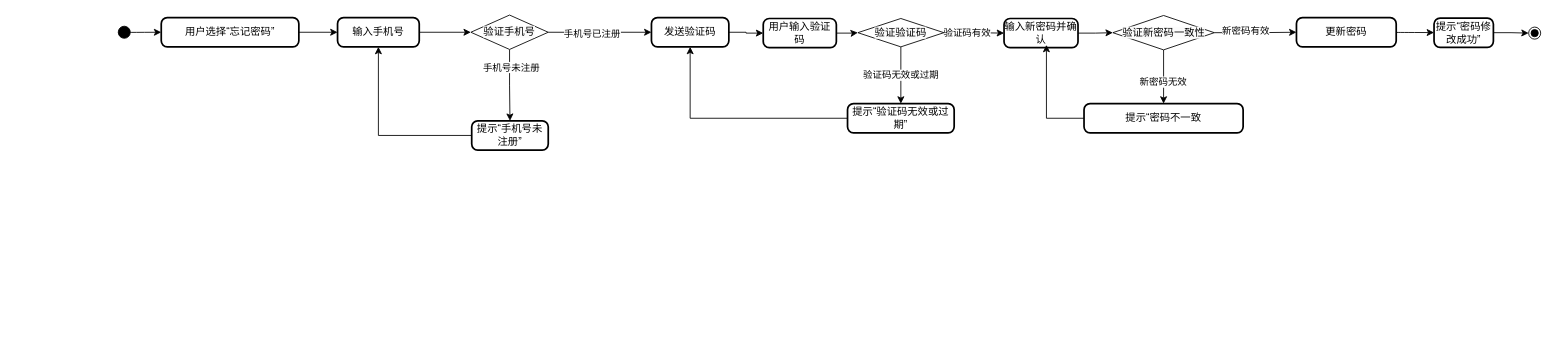
The draw.io diagram page "行为建模" (2 of 2) of 文档/需求分析规约文档/三种建模/04忘记密码并找回用例建模.drawio in w1ntercube/TJ-SE-Design, before the edit. Source tidied: cells renumbered, new cells numbered last; positions are measured from the earlier drawing's top-left corner, leaving out a move shared by most shapes. Both pictures are drawn from the tidied source at 86%, with x=0, y=0 at pixel (118, 15).
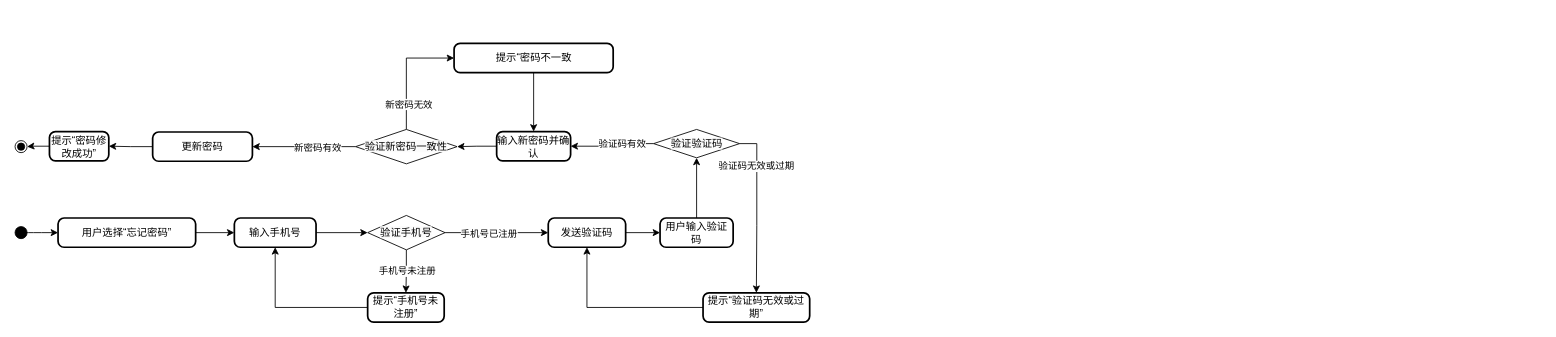
The same page after the edit.

Unchanged cells that the change refers to:
```xml
<mxCell id="25" style="edgeStyle=orthogonalEdgeStyle;rounded=0;jettySize=auto;html=1;exitX=0.5;exitY=1;exitDx=0;exitDy=0;" parent="1" edge="1" source="29" target="18">
  <mxGeometry relative="1" as="geometry" />
</mxCell>
```

The edit, as a diff of the source:
```diff
@@
     <mxCell id="2" style="ellipse;fillColor=strokeColor;" parent="1" vertex="1">
-      <mxGeometry y="13" width="14" height="14" as="geometry" />
+      <mxGeometry x="-120" y="246" width="14" height="14" as="geometry" />
     </mxCell>
@@
     <mxCell id="4" value="用户选择“忘记密码”" style="rounded=1;absoluteArcSize=1;arcSize=14;whiteSpace=wrap;strokeWidth=2;" parent="1" vertex="1">
-      <mxGeometry x="50" y="3" width="160" height="34" as="geometry" />
+      <mxGeometry x="-70" y="236" width="160" height="34" as="geometry" />
     </mxCell>
@@
     <mxCell id="6" value="输入手机号" style="rounded=1;absoluteArcSize=1;arcSize=14;whiteSpace=wrap;strokeWidth=2;" parent="1" vertex="1">
-      <mxGeometry x="255" y="3" width="95" height="34" as="geometry" />
+      <mxGeometry x="135" y="236" width="95" height="34" as="geometry" />
     </mxCell>
@@
     <mxCell id="8" value="发送验证码" style="rounded=1;absoluteArcSize=1;arcSize=14;whiteSpace=wrap;strokeWidth=2;" parent="1" vertex="1">
-      <mxGeometry x="620" y="3" width="90" height="34" as="geometry" />
+      <mxGeometry x="500" y="236" width="90" height="34" as="geometry" />
     </mxCell>
     <mxCell id="9" value="用户输入验证码" style="rounded=1;absoluteArcSize=1;arcSize=14;whiteSpace=wrap;strokeWidth=2;" parent="1" vertex="1">
-      <mxGeometry x="750" y="4" width="85" height="34" as="geometry" />
+      <mxGeometry x="630" y="236" width="85" height="34" as="geometry" />
     </mxCell>
-    <mxCell id="10" style="edgeStyle=orthogonalEdgeStyle;rounded=0;jettySize=auto;html=1;" parent="1" edge="1" source="11" target="37">
+    <mxCell id="10" style="edgeStyle=orthogonalEdgeStyle;rounded=0;jettySize=auto;html=1;exitX=0;exitY=0.5;exitDx=0;exitDy=0;" parent="1" edge="1" source="11" target="37">
       <mxGeometry relative="1" as="geometry" />
     </mxCell>
     <mxCell id="11" value="输入新密码并确认" style="rounded=1;absoluteArcSize=1;arcSize=14;whiteSpace=wrap;strokeWidth=2;" parent="1" vertex="1">
-      <mxGeometry x="1030" y="4" width="86" height="34" as="geometry" />
+      <mxGeometry x="440" y="135.5" width="86" height="34" as="geometry" />
     </mxCell>
-    <mxCell id="12" style="edgeStyle=orthogonalEdgeStyle;rounded=0;jettySize=auto;html=1;" parent="1" edge="1" source="37" target="14">
-      <mxGeometry relative="1" as="geometry" />
+    <mxCell id="12" style="edgeStyle=orthogonalEdgeStyle;rounded=0;jettySize=auto;html=1;exitX=0;exitY=0.5;exitDx=0;exitDy=0;entryX=1;entryY=0.5;entryDx=0;entryDy=0;" parent="1" edge="1" source="37" target="14">
+      <mxGeometry relative="1" as="geometry">
+        <Array as="points">
+          <mxPoint x="166" y="153" />
+        </Array>
+      </mxGeometry>
     </mxCell>
     <mxCell id="13" value="新密码有效" style="edgeLabel;html=1;align=center;verticalAlign=middle;" parent="12" vertex="1">
-      <mxGeometry x="-0.26" y="3" relative="1" as="geometry" />
+      <mxGeometry x="-0.26" y="3" relative="1" as="geometry">
+        <mxPoint x="-1" y="-3" as="offset" />
+      </mxGeometry>
     </mxCell>
+    <mxCell id="24" style="edgeStyle=orthogonalEdgeStyle;rounded=0;jettySize=auto;html=1;entryX=1;entryY=0.5;entryDx=0;entryDy=0;" parent="1" edge="1" source="14" target="16">
+      <mxGeometry relative="1" as="geometry" />
+    </mxCell>
     <mxCell id="14" value="更新密码" style="rounded=1;absoluteArcSize=1;arcSize=14;whiteSpace=wrap;strokeWidth=2;" parent="1" vertex="1">
-      <mxGeometry x="1370" y="3" width="116" height="34" as="geometry" />
+      <mxGeometry x="40" y="136" width="116" height="34" as="geometry" />
     </mxCell>
@@
     <mxCell id="16" value="提示“密码修改成功”" style="rounded=1;absoluteArcSize=1;arcSize=14;whiteSpace=wrap;strokeWidth=2;" parent="1" vertex="1">
-      <mxGeometry x="1530" y="3.5" width="69" height="34" as="geometry" />
+      <mxGeometry x="-80" y="135.5" width="69" height="34" as="geometry" />
     </mxCell>
@@
     <mxCell id="18" value="提示“手机号未注册”" style="rounded=1;absoluteArcSize=1;arcSize=14;whiteSpace=wrap;strokeWidth=2;" parent="1" vertex="1">
-      <mxGeometry x="411" y="123" width="89" height="34" as="geometry" />
+      <mxGeometry x="290" y="323" width="89" height="34" as="geometry" />
     </mxCell>
@@
     <mxCell id="20" value="提示“验证码无效或过期”" style="rounded=1;absoluteArcSize=1;arcSize=14;whiteSpace=wrap;strokeWidth=2;" parent="1" vertex="1">
-      <mxGeometry x="848" y="103" width="124" height="34" as="geometry" />
+      <mxGeometry x="680" y="323" width="124" height="34" as="geometry" />
     </mxCell>
+    <mxCell id="38" style="edgeStyle=orthogonalEdgeStyle;rounded=0;jettySize=auto;html=1;entryX=0.5;entryY=0;entryDx=0;entryDy=0;" parent="1" edge="1" source="21" target="11">
+      <mxGeometry relative="1" as="geometry" />
+    </mxCell>
     <mxCell id="21" value="提示“密码不一致" style="rounded=1;absoluteArcSize=1;arcSize=14;whiteSpace=wrap;strokeWidth=2;" parent="1" vertex="1">
-      <mxGeometry x="1123" y="103" width="185" height="34" as="geometry" />
+      <mxGeometry x="390.5" y="33" width="185" height="34" as="geometry" />
     </mxCell>
     <mxCell id="22" style="ellipse;shape=endState;fillColor=strokeColor;" parent="1" vertex="1">
-      <mxGeometry x="1640" y="14" width="14" height="14" as="geometry" />
+      <mxGeometry x="-120" y="146" width="14" height="14" as="geometry" />
     </mxCell>
@@
-    <mxCell id="24" style="curved=1;startArrow=none;rounded=0;" parent="1" edge="1" source="14" target="16">
-      <mxGeometry x="0.01" relative="1" as="geometry" />
-    </mxCell>
@@
     <mxCell id="26" value="手机号未注册" style="edgeLabel;html=1;align=center;verticalAlign=middle;" parent="25" vertex="1">
-      <mxGeometry x="-0.51" y="1" relative="1" as="geometry" />
+      <mxGeometry x="-0.51" y="1" relative="1" as="geometry">
+        <mxPoint x="-1" y="12" as="offset" />
+      </mxGeometry>
     </mxCell>
@@
     <mxCell id="29" value="&lt;span style=&quot;color: rgb(0, 0, 0); font-family: Helvetica; font-size: 12px; font-style: normal; font-variant-ligatures: normal; font-variant-caps: normal; font-weight: 400; letter-spacing: normal; orphans: 2; text-align: center; text-indent: 0px; text-transform: none; widows: 2; word-spacing: 0px; -webkit-text-stroke-width: 0px; white-space: normal; background-color: rgb(251, 251, 251); text-decoration-thickness: initial; text-decoration-style: initial; text-decoration-color: initial; display: inline !important; float: none;&quot;&gt;验证手机号&lt;/span&gt;" style="rhombus;whiteSpace=wrap;html=1;" parent="1" vertex="1">
-      <mxGeometry x="410" width="90" height="40" as="geometry" />
+      <mxGeometry x="290" y="233" width="90" height="40" as="geometry" />
     </mxCell>
-    <mxCell id="30" style="edgeStyle=orthogonalEdgeStyle;rounded=0;jettySize=auto;html=1;" parent="1" edge="1" source="33" target="11">
+    <mxCell id="30" style="edgeStyle=orthogonalEdgeStyle;rounded=0;jettySize=auto;html=1;exitX=0;exitY=0.5;exitDx=0;exitDy=0;" parent="1" edge="1" source="33" target="11">
       <mxGeometry relative="1" as="geometry" />
     </mxCell>
@@
-    <mxCell id="32" value="&lt;div&gt;验证码无效或过期&lt;/div&gt;" style="edgeStyle=orthogonalEdgeStyle;rounded=0;jettySize=auto;html=1;exitX=0.5;exitY=1;exitDx=0;exitDy=0;" parent="1" edge="1" source="33" target="20">
-      <mxGeometry relative="1" as="geometry" />
+    <mxCell id="32" value="&lt;div&gt;验证码无效或过期&lt;/div&gt;" style="edgeStyle=orthogonalEdgeStyle;rounded=0;jettySize=auto;html=1;exitX=1;exitY=0.5;exitDx=0;exitDy=0;" parent="1" edge="1" source="33" target="20">
+      <mxGeometry x="-0.53" y="-1" relative="1" as="geometry" />
     </mxCell>
     <mxCell id="33" value="&lt;span style=&quot;color: rgb(0, 0, 0); font-family: Helvetica; font-size: 12px; font-style: normal; font-variant-ligatures: normal; font-variant-caps: normal; font-weight: 400; letter-spacing: normal; orphans: 2; text-align: center; text-indent: 0px; text-transform: none; widows: 2; word-spacing: 0px; -webkit-text-stroke-width: 0px; white-space: normal; background-color: rgb(251, 251, 251); text-decoration-thickness: initial; text-decoration-style: initial; text-decoration-color: initial; display: inline !important; float: none;&quot;&gt;验证验证码&lt;/span&gt;" style="rhombus;whiteSpace=wrap;html=1;" parent="1" vertex="1">
-      <mxGeometry x="860" y="4" width="100" height="33" as="geometry" />
+      <mxGeometry x="622.5" y="133" width="100" height="33" as="geometry" />
     </mxCell>
@@
-    <mxCell id="35" style="edgeStyle=orthogonalEdgeStyle;rounded=0;jettySize=auto;html=1;" parent="1" edge="1" source="37" target="21">
+    <mxCell id="35" style="edgeStyle=orthogonalEdgeStyle;rounded=0;jettySize=auto;html=1;exitX=0.5;exitY=0;exitDx=0;exitDy=0;entryX=0;entryY=0.5;entryDx=0;entryDy=0;" parent="1" edge="1" source="37" target="21">
       <mxGeometry relative="1" as="geometry" />
     </mxCell>
     <mxCell id="36" value="新密码无效" style="edgeLabel;html=1;align=center;verticalAlign=middle;" parent="35" vertex="1">
-      <mxGeometry x="0.19" y="-1" relative="1" as="geometry" />
+      <mxGeometry x="0.19" y="-1" relative="1" as="geometry">
+        <mxPoint x="1" y="52" as="offset" />
+      </mxGeometry>
     </mxCell>
     <mxCell id="37" value="&lt;span style=&quot;color: rgb(0, 0, 0); font-family: Helvetica; font-size: 12px; font-style: normal; font-variant-ligatures: normal; font-variant-caps: normal; font-weight: 400; letter-spacing: normal; orphans: 2; text-align: center; text-indent: 0px; text-transform: none; widows: 2; word-spacing: 0px; -webkit-text-stroke-width: 0px; white-space: normal; background-color: rgb(251, 251, 251); text-decoration-thickness: initial; text-decoration-style: initial; text-decoration-color: initial; display: inline !important; float: none;&quot;&gt;验证新密码一致性&lt;/span&gt;" style="rhombus;whiteSpace=wrap;html=1;" parent="1" vertex="1">
-      <mxGeometry x="1156.5" y="0.5" width="118" height="40" as="geometry" />
+      <mxGeometry x="276" y="133" width="118" height="40" as="geometry" />
     </mxCell>
-    <mxCell id="38" style="edgeStyle=orthogonalEdgeStyle;rounded=0;jettySize=auto;html=1;exitX=0;exitY=0.5;exitDx=0;exitDy=0;entryX=0.573;entryY=0.902;entryDx=0;entryDy=0;entryPerimeter=0;" parent="1" edge="1" source="21" target="11">
-      <mxGeometry relative="1" as="geometry" />
-    </mxCell>
```
